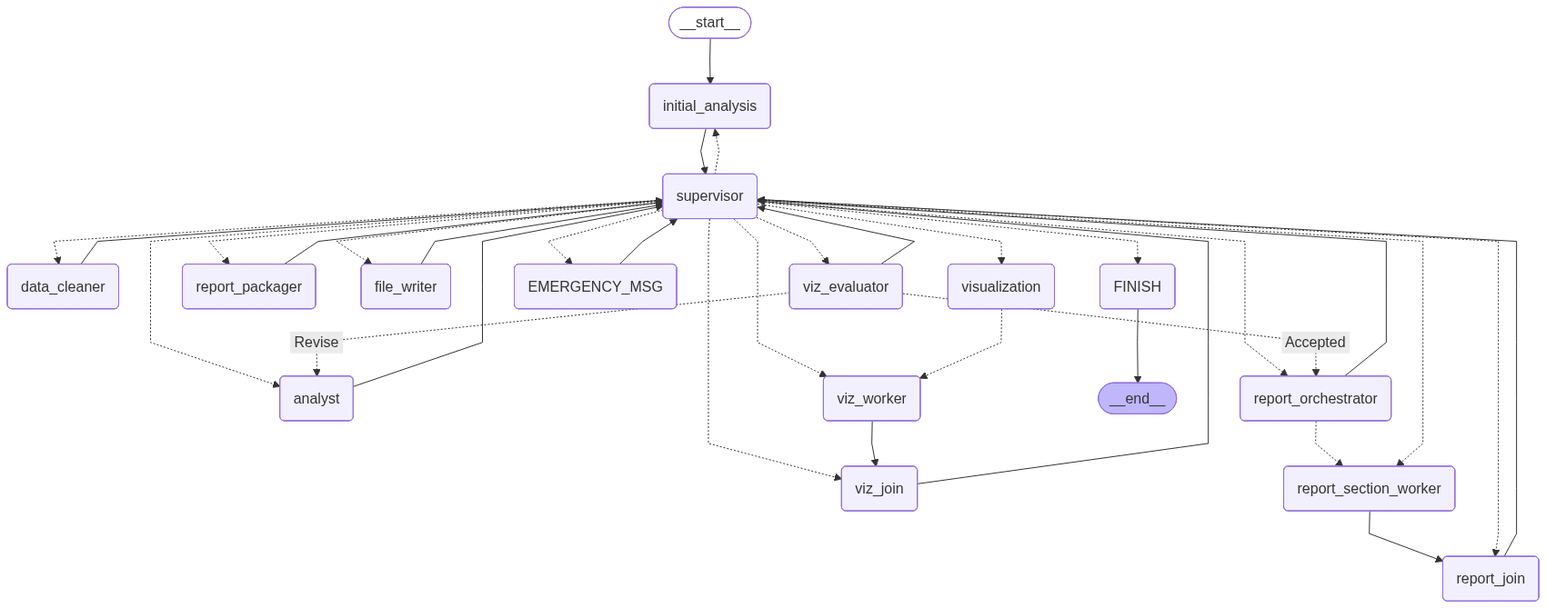
dhar174/intelligent_data_detective keeps this Mermaid diagram as idd_v4_state_graph.png. Above is the earlier version. Its source is kept beside it as idd_v4_state_graph.mmd.
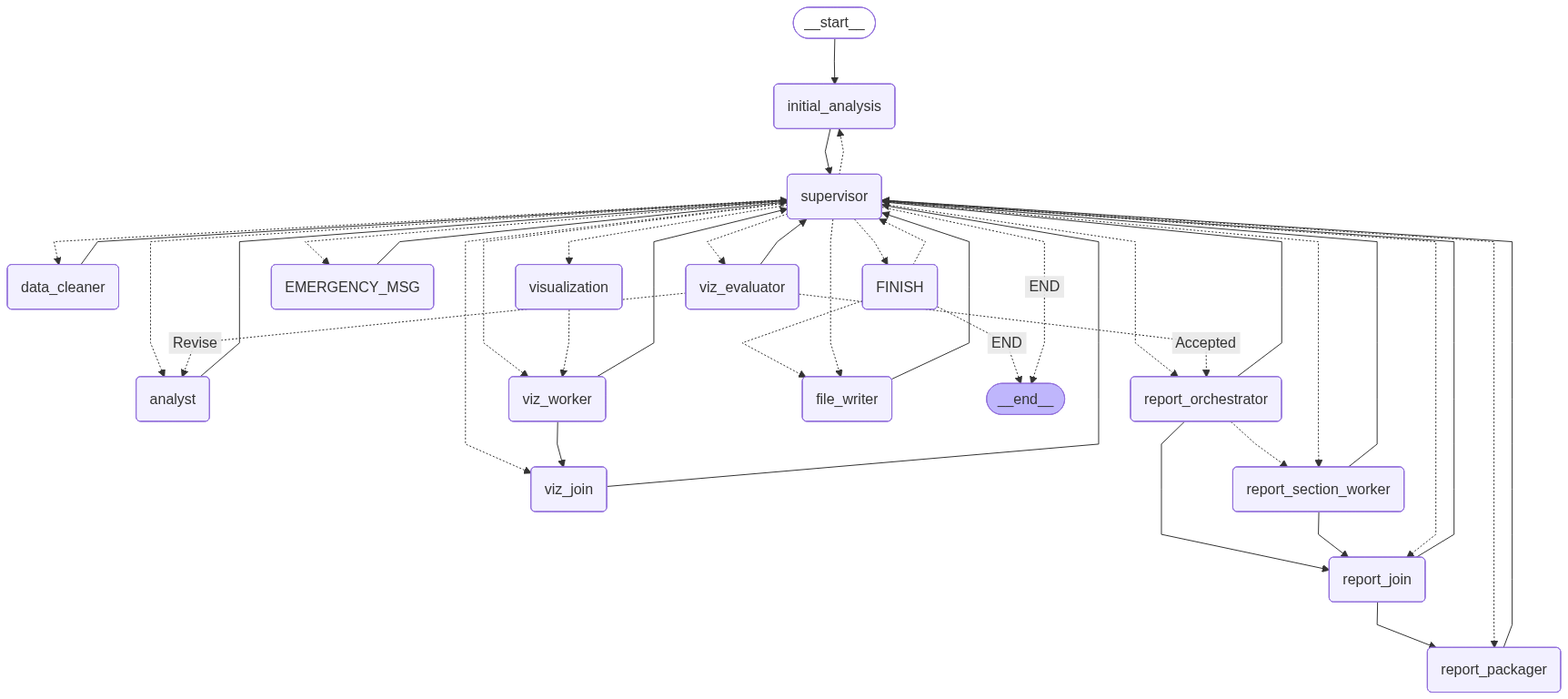
After the commit.

Commit message:
Update graph PNG and mermaid diagram to reflect most recent compiled state

Diff of the diagram source:
```diff
@@ -22,18 +22,25 @@
 	FINISH(FINISH)
 	__end__([<p>__end__</p>]):::last
 	EMERGENCY_MSG --> supervisor;
+	FINISH -. &nbsp;END&nbsp; .-> __end__;
+	FINISH -.-> file_writer;
+	FINISH -.-> supervisor;
 	__start__ --> initial_analysis;
 	analyst --> supervisor;
 	data_cleaner --> supervisor;
 	file_writer --> supervisor;
 	initial_analysis --> supervisor;
+	report_join --> report_packager;
 	report_join --> supervisor;
+	report_orchestrator --> report_join;
 	report_orchestrator -.-> report_section_worker;
 	report_orchestrator --> supervisor;
 	report_packager --> supervisor;
 	report_section_worker --> report_join;
+	report_section_worker --> supervisor;
 	supervisor -.-> EMERGENCY_MSG;
 	supervisor -.-> FINISH;
+	supervisor -. &nbsp;END&nbsp; .-> __end__;
 	supervisor -.-> analyst;
 	supervisor -.-> data_cleaner;
 	supervisor -.-> file_writer;
@@ -51,8 +58,8 @@
 	viz_evaluator -. &nbsp;Accepted&nbsp; .-> report_orchestrator;
 	viz_evaluator --> supervisor;
 	viz_join --> supervisor;
+	viz_worker --> supervisor;
 	viz_worker --> viz_join;
-	FINISH --> __end__;
 	classDef default fill:#f2f0ff,line-height:1.2
 	classDef first fill-opacity:0
 	classDef last fill:#bfb6fc
```
